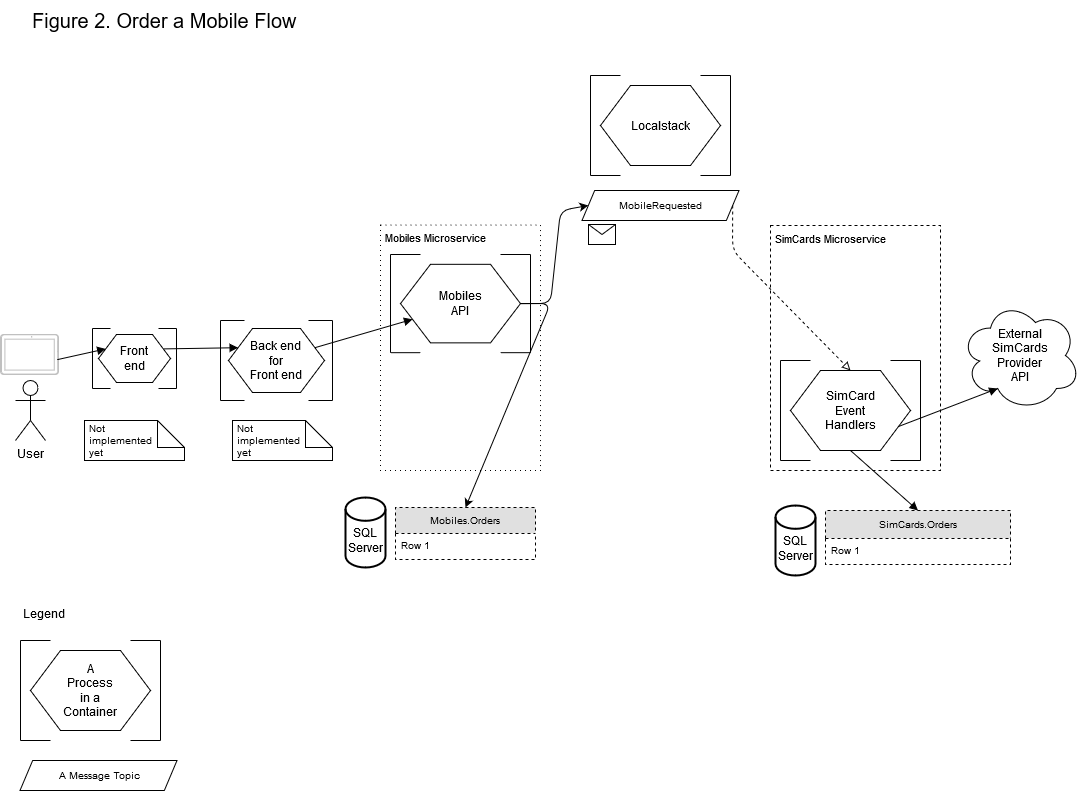
Before: docs/MobileMsSampleDiagram2.png, a diagram exported from draw.io (JonQuxBurton/MobileMicroservicesSample). Source tidied: cells renumbered, new cells last; positions are measured from the earlier drawing's top-left corner, leaving out a move shared by most shapes.
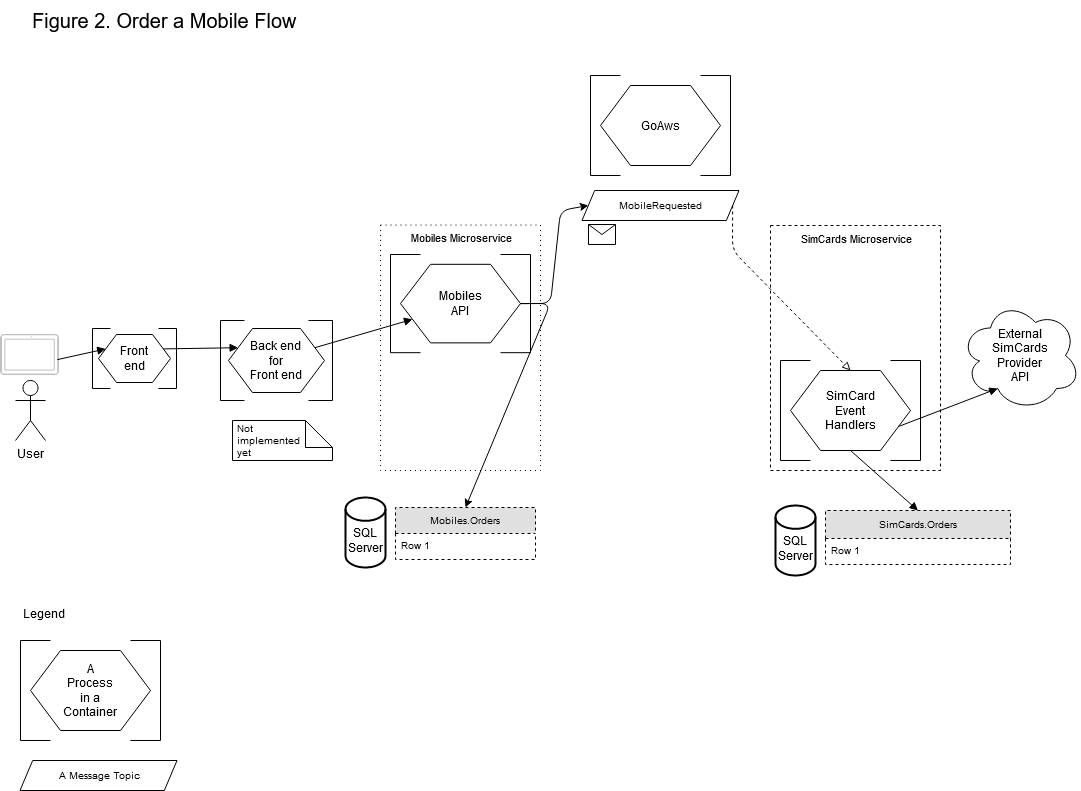
After the commit.

Commit message:
Update arch diagrams

What changed in the source:
```diff
@@ -95,7 +95,7 @@
     <mxCell id="20" value="Mobiles API" style="text;html=1;strokeColor=none;fillColor=none;align=center;verticalAlign=middle;whiteSpace=wrap;rounded=0;" parent="11" vertex="1">
       <mxGeometry x="50" y="34.4" width="40" height="29.5" as="geometry" />
     </mxCell>
-    <mxCell id="21" value="&lt;div&gt;&lt;font style=&quot;font-size: 11px&quot;&gt;Mobiles Microservice&lt;/font&gt;&lt;/div&gt;" style="text;html=1;strokeColor=none;fillColor=none;align=left;verticalAlign=middle;whiteSpace=wrap;rounded=0;dashed=1;fontSize=20;spacingLeft=3;" parent="11" vertex="1">
+    <mxCell id="21" value="&lt;div&gt;&lt;font style=&quot;font-size: 11px&quot;&gt;Mobiles Microservice&lt;/font&gt;&lt;/div&gt;" style="text;html=1;strokeColor=none;fillColor=none;align=center;verticalAlign=middle;whiteSpace=wrap;rounded=0;dashed=1;fontSize=20;spacingLeft=3;" parent="11" vertex="1">
       <mxGeometry x="-10" y="-29.5" width="160" height="19.6" as="geometry" />
     </mxCell>
     <mxCell id="22" style="group;" parent="1" vertex="1">
@@ -140,7 +140,7 @@
         <mxPoint x="140" as="targetPoint" />
       </mxGeometry>
     </mxCell>
-    <mxCell id="30" value="Localstack" style="text;html=1;strokeColor=none;fillColor=none;align=center;verticalAlign=middle;whiteSpace=wrap;rounded=0;" parent="22" vertex="1">
+    <mxCell id="30" value="GoAws" style="text;html=1;strokeColor=none;fillColor=none;align=center;verticalAlign=middle;whiteSpace=wrap;rounded=0;" parent="22" vertex="1">
       <mxGeometry x="50" y="35" width="40" height="30" as="geometry" />
     </mxCell>
     <mxCell id="31" style="group;" parent="1" vertex="1">
@@ -194,7 +194,7 @@
     <mxCell id="41" style="rounded=0;whiteSpace=wrap;html=1;fontSize=20;align=left;dashed=1;" parent="40" vertex="1">
       <mxGeometry x="-10" y="-29" width="170" height="245" as="geometry" />
     </mxCell>
-    <mxCell id="42" value="&lt;font style=&quot;font-size: 11px&quot;&gt;SimCards Microservice&lt;/font&gt;" style="text;html=1;strokeColor=none;fillColor=none;align=left;verticalAlign=middle;whiteSpace=wrap;rounded=0;dashed=1;fontSize=20;spacingLeft=3;" parent="40" vertex="1">
+    <mxCell id="42" value="&lt;font style=&quot;font-size: 11px&quot;&gt;SimCards Microservice&lt;/font&gt;" style="text;html=1;strokeColor=none;fillColor=none;align=center;verticalAlign=middle;whiteSpace=wrap;rounded=0;dashed=1;fontSize=20;spacingLeft=3;" parent="40" vertex="1">
       <mxGeometry x="-10" y="-29" width="170" height="20" as="geometry" />
     </mxCell>
     <mxCell id="43" style="group;" parent="1" vertex="1">
@@ -314,9 +314,6 @@
     <mxCell id="69" style="endArrow=block;html=1;fontSize=20;exitX=1;exitY=0.75;entryX=0.31;entryY=0.8;entryPerimeter=0;endFill=1;" parent="1" edge="1" source="44" target="52">
       <mxGeometry relative="1" as="geometry" />
     </mxCell>
-    <mxCell id="70" value="&lt;div style=&quot;font-size: 10px&quot; align=&quot;left&quot;&gt;&lt;font style=&quot;font-size: 10px&quot;&gt;Not &lt;br&gt;&lt;/font&gt;&lt;/div&gt;&lt;div style=&quot;font-size: 10px&quot; align=&quot;left&quot;&gt;&lt;font style=&quot;font-size: 10px&quot;&gt;implemented&lt;/font&gt;&lt;/div&gt;&lt;div style=&quot;font-size: 10px&quot; align=&quot;left&quot;&gt;&lt;font style=&quot;font-size: 10px&quot;&gt;yet&lt;br&gt;&lt;/font&gt;&lt;/div&gt;" style="shape=note;whiteSpace=wrap;html=1;backgroundOutline=1;fontSize=11;size=27;labelPosition=center;verticalLabelPosition=middle;align=left;verticalAlign=middle;spacingLeft=3;" parent="1" vertex="1">
-      <mxGeometry x="84" y="420" width="100" height="40" as="geometry" />
-    </mxCell>
     <mxCell id="71" value="&lt;font style=&quot;font-size: 12px&quot;&gt;Legend&lt;/font&gt;" style="text;html=1;strokeColor=none;fillColor=none;align=left;verticalAlign=middle;whiteSpace=wrap;rounded=0;dashed=1;fontSize=20;spacingLeft=3;" parent="1" vertex="1">
       <mxGeometry x="18" y="600" width="142" height="20" as="geometry" />
     </mxCell>
```
